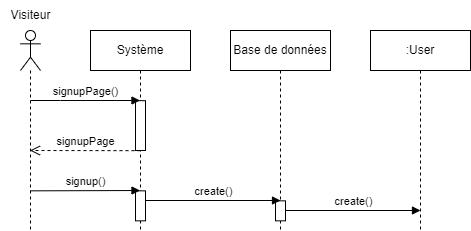
Simoncharbonnier/OCP5 keeps this draw.io diagram as diagrammes/séquences/3-Création d'un utilisateur.png. Above is the earlier version. Source tidied: cells renumbered, new cells last; positions are measured from the earlier drawing's top-left corner, leaving out a move shared by most shapes. Source of this version:
```xml
<mxGraphModel>
  <root>
    <mxCell id="0" />
    <mxCell id="1" parent="0" />
    <mxCell id="2" style="shape=umlLifeline;perimeter=lifelinePerimeter;whiteSpace=wrap;html=1;outlineConnect=0;portConstraint=eastwest;newEdgeStyle={&quot;edgeStyle&quot;:&quot;elbowEdgeStyle&quot;,&quot;elbow&quot;:&quot;vertical&quot;,&quot;curved&quot;:0,&quot;rounded&quot;:0};participant=umlActor;" parent="1" vertex="1">
      <mxGeometry x="20" y="30" width="20" height="200" as="geometry" />
    </mxCell>
    <mxCell id="3" value="Visiteur" style="text;html=1;align=center;verticalAlign=middle;strokeColor=none;fillColor=none;" parent="1" vertex="1">
      <mxGeometry width="60" height="30" as="geometry" />
    </mxCell>
    <mxCell id="4" value="Système" style="shape=umlLifeline;perimeter=lifelinePerimeter;whiteSpace=wrap;html=1;outlineConnect=0;portConstraint=eastwest;newEdgeStyle={&quot;edgeStyle&quot;:&quot;elbowEdgeStyle&quot;,&quot;elbow&quot;:&quot;vertical&quot;,&quot;curved&quot;:0,&quot;rounded&quot;:0};" parent="1" vertex="1">
      <mxGeometry x="90" y="30" width="100" height="200" as="geometry" />
    </mxCell>
    <mxCell id="5" style="html=1;points=[];perimeter=orthogonalPerimeter;outlineConnect=0;targetShapes=umlLifeline;portConstraint=eastwest;newEdgeStyle={&quot;edgeStyle&quot;:&quot;elbowEdgeStyle&quot;,&quot;elbow&quot;:&quot;vertical&quot;,&quot;curved&quot;:0,&quot;rounded&quot;:0};" parent="4" vertex="1">
      <mxGeometry x="45" y="160.3" width="10" height="30" as="geometry" />
    </mxCell>
    <mxCell id="6" style="html=1;perimeter=orthogonalPerimeter;targetShapes=umlLifeline;newEdgeStyle={&quot;edgeStyle&quot;:&quot;elbowEdgeStyle&quot;,&quot;elbow&quot;:&quot;vertical&quot;,&quot;curved&quot;:0,&quot;rounded&quot;:0};" parent="4" vertex="1">
      <mxGeometry x="45" y="70.2" width="10" height="49.8" as="geometry" />
    </mxCell>
    <mxCell id="7" value="Base de données" style="shape=umlLifeline;perimeter=lifelinePerimeter;whiteSpace=wrap;html=1;newEdgeStyle={&quot;edgeStyle&quot;:&quot;elbowEdgeStyle&quot;,&quot;elbow&quot;:&quot;vertical&quot;,&quot;curved&quot;:0,&quot;rounded&quot;:0};" parent="1" vertex="1">
      <mxGeometry x="230" y="30" width="100" height="200" as="geometry" />
    </mxCell>
    <mxCell id="8" style="html=1;points=[];perimeter=orthogonalPerimeter;outlineConnect=0;targetShapes=umlLifeline;portConstraint=eastwest;newEdgeStyle={&quot;edgeStyle&quot;:&quot;elbowEdgeStyle&quot;,&quot;elbow&quot;:&quot;vertical&quot;,&quot;curved&quot;:0,&quot;rounded&quot;:0};" parent="7" vertex="1">
      <mxGeometry x="45" y="170.3" width="10" height="20" as="geometry" />
    </mxCell>
    <mxCell id="9" value=":User" style="shape=umlLifeline;perimeter=lifelinePerimeter;whiteSpace=wrap;html=1;newEdgeStyle={&quot;edgeStyle&quot;:&quot;elbowEdgeStyle&quot;,&quot;elbow&quot;:&quot;vertical&quot;,&quot;curved&quot;:0,&quot;rounded&quot;:0};" parent="1" vertex="1">
      <mxGeometry x="370" y="30" width="100" height="200" as="geometry" />
    </mxCell>
    <mxCell id="10" value="signup()" style="html=1;verticalAlign=bottom;endArrow=block;edgeStyle=elbowEdgeStyle;elbow=vertical;curved=0;rounded=0;" parent="1" edge="1">
      <mxGeometry relative="1" as="geometry">
        <mxPoint x="30" y="190.3" as="sourcePoint" />
        <mxPoint x="139.5" y="190.2" as="targetPoint" />
      </mxGeometry>
    </mxCell>
    <mxCell id="11" value="create()" style="html=1;verticalAlign=bottom;endArrow=block;edgeStyle=elbowEdgeStyle;elbow=vertical;curved=0;rounded=0;" parent="1" edge="1" source="5">
      <mxGeometry relative="1" as="geometry">
        <mxPoint x="280" y="200.3" as="targetPoint" />
      </mxGeometry>
    </mxCell>
    <mxCell id="12" value="create()" style="html=1;verticalAlign=bottom;endArrow=block;edgeStyle=elbowEdgeStyle;elbow=vertical;curved=0;rounded=0;" parent="1" edge="1" source="8">
      <mxGeometry relative="1" as="geometry">
        <mxPoint x="420" y="210.3" as="targetPoint" />
      </mxGeometry>
    </mxCell>
    <mxCell id="13" value="signupPage()" style="html=1;verticalAlign=bottom;endArrow=block;edgeStyle=elbowEdgeStyle;elbow=vertical;curved=0;rounded=0;" parent="1" edge="1" target="4">
      <mxGeometry relative="1" as="geometry">
        <mxPoint x="30" y="100" as="sourcePoint" />
      </mxGeometry>
    </mxCell>
    <mxCell id="14" value="signupPage" style="html=1;verticalAlign=bottom;endArrow=open;dashed=1;endSize=8;edgeStyle=elbowEdgeStyle;elbow=vertical;curved=0;rounded=0;" parent="1" edge="1" target="2">
      <mxGeometry relative="1" as="geometry">
        <mxPoint x="140" y="150.2" as="sourcePoint" />
      </mxGeometry>
    </mxCell>
  </root>
</mxGraphModel>
```
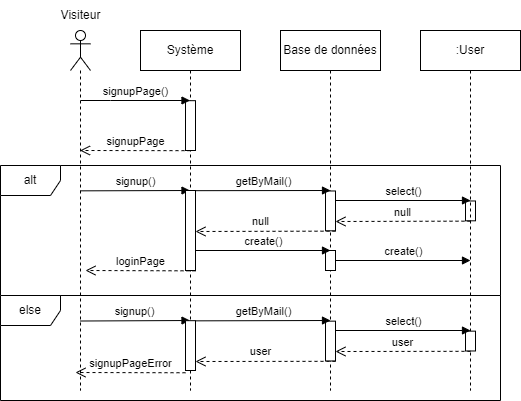
Above is the later version.

Change to the diagram source:
```diff
@@ -3,28 +3,50 @@
     <mxCell id="0" />
     <mxCell id="1" parent="0" />
     <mxCell id="2" style="shape=umlLifeline;perimeter=lifelinePerimeter;whiteSpace=wrap;html=1;outlineConnect=0;portConstraint=eastwest;newEdgeStyle={&quot;edgeStyle&quot;:&quot;elbowEdgeStyle&quot;,&quot;elbow&quot;:&quot;vertical&quot;,&quot;curved&quot;:0,&quot;rounded&quot;:0};participant=umlActor;" parent="1" vertex="1">
-      <mxGeometry x="20" y="30" width="20" height="200" as="geometry" />
+      <mxGeometry x="20" y="30" width="20" height="360" as="geometry" />
     </mxCell>
     <mxCell id="3" value="Visiteur" style="text;html=1;align=center;verticalAlign=middle;strokeColor=none;fillColor=none;" parent="1" vertex="1">
       <mxGeometry width="60" height="30" as="geometry" />
     </mxCell>
     <mxCell id="4" value="Système" style="shape=umlLifeline;perimeter=lifelinePerimeter;whiteSpace=wrap;html=1;outlineConnect=0;portConstraint=eastwest;newEdgeStyle={&quot;edgeStyle&quot;:&quot;elbowEdgeStyle&quot;,&quot;elbow&quot;:&quot;vertical&quot;,&quot;curved&quot;:0,&quot;rounded&quot;:0};" parent="1" vertex="1">
-      <mxGeometry x="90" y="30" width="100" height="200" as="geometry" />
+      <mxGeometry x="90" y="30" width="100" height="360" as="geometry" />
     </mxCell>
-    <mxCell id="5" style="html=1;points=[];perimeter=orthogonalPerimeter;outlineConnect=0;targetShapes=umlLifeline;portConstraint=eastwest;newEdgeStyle={&quot;edgeStyle&quot;:&quot;elbowEdgeStyle&quot;,&quot;elbow&quot;:&quot;vertical&quot;,&quot;curved&quot;:0,&quot;rounded&quot;:0};" parent="4" vertex="1">
-      <mxGeometry x="45" y="160.3" width="10" height="30" as="geometry" />
-    </mxCell>
     <mxCell id="6" style="html=1;perimeter=orthogonalPerimeter;targetShapes=umlLifeline;newEdgeStyle={&quot;edgeStyle&quot;:&quot;elbowEdgeStyle&quot;,&quot;elbow&quot;:&quot;vertical&quot;,&quot;curved&quot;:0,&quot;rounded&quot;:0};" parent="4" vertex="1">
       <mxGeometry x="45" y="70.2" width="10" height="49.8" as="geometry" />
     </mxCell>
     <mxCell id="7" value="Base de données" style="shape=umlLifeline;perimeter=lifelinePerimeter;whiteSpace=wrap;html=1;newEdgeStyle={&quot;edgeStyle&quot;:&quot;elbowEdgeStyle&quot;,&quot;elbow&quot;:&quot;vertical&quot;,&quot;curved&quot;:0,&quot;rounded&quot;:0};" parent="1" vertex="1">
-      <mxGeometry x="230" y="30" width="100" height="200" as="geometry" />
+      <mxGeometry x="230" y="30" width="100" height="360" as="geometry" />
     </mxCell>
-    <mxCell id="8" style="html=1;points=[];perimeter=orthogonalPerimeter;outlineConnect=0;targetShapes=umlLifeline;portConstraint=eastwest;newEdgeStyle={&quot;edgeStyle&quot;:&quot;elbowEdgeStyle&quot;,&quot;elbow&quot;:&quot;vertical&quot;,&quot;curved&quot;:0,&quot;rounded&quot;:0};" parent="7" vertex="1">
-      <mxGeometry x="45" y="170.3" width="10" height="20" as="geometry" />
-    </mxCell>
+    <mxCell id="15" style="html=1;points=[];perimeter=orthogonalPerimeter;outlineConnect=0;targetShapes=umlLifeline;portConstraint=eastwest;newEdgeStyle={&quot;edgeStyle&quot;:&quot;elbowEdgeStyle&quot;,&quot;elbow&quot;:&quot;vertical&quot;,&quot;curved&quot;:0,&quot;rounded&quot;:0};" parent="7" vertex="1">
+      <mxGeometry x="45" y="160.5" width="10" height="39.8" as="geometry" />
+    </mxCell>
+    <mxCell id="16" style="html=1;perimeter=orthogonalPerimeter;targetShapes=umlLifeline;newEdgeStyle={&quot;edgeStyle&quot;:&quot;elbowEdgeStyle&quot;,&quot;elbow&quot;:&quot;vertical&quot;,&quot;curved&quot;:0,&quot;rounded&quot;:0};" parent="7" vertex="1">
+      <mxGeometry x="185" y="170.5" width="10" height="19.8" as="geometry" />
+    </mxCell>
+    <mxCell id="17" value="getByMail()" style="html=1;verticalAlign=bottom;endArrow=block;edgeStyle=elbowEdgeStyle;elbow=vertical;curved=0;rounded=0;" parent="7" edge="1">
+      <mxGeometry relative="1" as="geometry">
+        <mxPoint x="-85" y="160.2" as="sourcePoint" />
+        <mxPoint x="50" y="160.3" as="targetPoint" />
+      </mxGeometry>
+    </mxCell>
+    <mxCell id="18" value="select()" style="html=1;verticalAlign=bottom;endArrow=block;edgeStyle=elbowEdgeStyle;elbow=vertical;curved=0;rounded=0;" parent="7" edge="1" source="15">
+      <mxGeometry relative="1" as="geometry">
+        <mxPoint x="190" y="170.3" as="targetPoint" />
+      </mxGeometry>
+    </mxCell>
+    <mxCell id="19" value="null" style="html=1;verticalAlign=bottom;endArrow=open;dashed=1;endSize=8;edgeStyle=elbowEdgeStyle;elbow=vertical;curved=0;rounded=0;" parent="7" edge="1" target="15">
+      <mxGeometry relative="1" as="geometry">
+        <mxPoint x="190" y="190.6" as="sourcePoint" />
+      </mxGeometry>
+    </mxCell>
+    <mxCell id="20" value="null" style="html=1;verticalAlign=bottom;endArrow=open;dashed=1;endSize=8;edgeStyle=elbowEdgeStyle;elbow=vertical;curved=0;rounded=0;" parent="7" edge="1">
+      <mxGeometry x="0.07" y="-1" relative="1" as="geometry">
+        <mxPoint x="55" y="200.6" as="sourcePoint" />
+        <mxPoint x="-85" y="201.2" as="targetPoint" />
+      </mxGeometry>
+    </mxCell>
     <mxCell id="9" value=":User" style="shape=umlLifeline;perimeter=lifelinePerimeter;whiteSpace=wrap;html=1;newEdgeStyle={&quot;edgeStyle&quot;:&quot;elbowEdgeStyle&quot;,&quot;elbow&quot;:&quot;vertical&quot;,&quot;curved&quot;:0,&quot;rounded&quot;:0};" parent="1" vertex="1">
-      <mxGeometry x="370" y="30" width="100" height="200" as="geometry" />
+      <mxGeometry x="370" y="30" width="100" height="360" as="geometry" />
     </mxCell>
     <mxCell id="10" value="signup()" style="html=1;verticalAlign=bottom;endArrow=block;edgeStyle=elbowEdgeStyle;elbow=vertical;curved=0;rounded=0;" parent="1" edge="1">
       <mxGeometry relative="1" as="geometry">
@@ -32,25 +54,86 @@
         <mxPoint x="139.5" y="190.2" as="targetPoint" />
       </mxGeometry>
     </mxCell>
+    <mxCell id="13" value="signupPage()" style="html=1;verticalAlign=bottom;endArrow=block;edgeStyle=elbowEdgeStyle;elbow=vertical;curved=0;rounded=0;" parent="1" edge="1" target="4">
+      <mxGeometry relative="1" as="geometry">
+        <mxPoint x="30" y="100" as="sourcePoint" />
+      </mxGeometry>
+    </mxCell>
+    <mxCell id="14" value="signupPage" style="html=1;verticalAlign=bottom;endArrow=open;dashed=1;endSize=8;edgeStyle=elbowEdgeStyle;elbow=vertical;curved=0;rounded=0;" parent="1" edge="1" target="2">
+      <mxGeometry relative="1" as="geometry">
+        <mxPoint x="140" y="150.2" as="sourcePoint" />
+      </mxGeometry>
+    </mxCell>
+    <mxCell id="21" value="alt" style="shape=umlFrame;whiteSpace=wrap;html=1;" parent="1" vertex="1">
+      <mxGeometry x="-50" y="165" width="500" height="130" as="geometry" />
+    </mxCell>
+    <mxCell id="22" value="else" style="shape=umlFrame;whiteSpace=wrap;html=1;" parent="1" vertex="1">
+      <mxGeometry x="-50" y="295" width="500" height="105" as="geometry" />
+    </mxCell>
+    <mxCell id="5" style="html=1;points=[];perimeter=orthogonalPerimeter;outlineConnect=0;targetShapes=umlLifeline;portConstraint=eastwest;newEdgeStyle={&quot;edgeStyle&quot;:&quot;elbowEdgeStyle&quot;,&quot;elbow&quot;:&quot;vertical&quot;,&quot;curved&quot;:0,&quot;rounded&quot;:0};" parent="1" vertex="1">
+      <mxGeometry x="135" y="190" width="10" height="80" as="geometry" />
+    </mxCell>
+    <mxCell id="8" style="html=1;points=[];perimeter=orthogonalPerimeter;outlineConnect=0;targetShapes=umlLifeline;portConstraint=eastwest;newEdgeStyle={&quot;edgeStyle&quot;:&quot;elbowEdgeStyle&quot;,&quot;elbow&quot;:&quot;vertical&quot;,&quot;curved&quot;:0,&quot;rounded&quot;:0};" parent="1" vertex="1">
+      <mxGeometry x="275" y="250" width="10" height="20" as="geometry" />
+    </mxCell>
     <mxCell id="11" value="create()" style="html=1;verticalAlign=bottom;endArrow=block;edgeStyle=elbowEdgeStyle;elbow=vertical;curved=0;rounded=0;" parent="1" edge="1" source="5">
       <mxGeometry relative="1" as="geometry">
-        <mxPoint x="280" y="200.3" as="targetPoint" />
+        <mxPoint x="280" y="250" as="targetPoint" />
       </mxGeometry>
     </mxCell>
     <mxCell id="12" value="create()" style="html=1;verticalAlign=bottom;endArrow=block;edgeStyle=elbowEdgeStyle;elbow=vertical;curved=0;rounded=0;" parent="1" edge="1" source="8">
       <mxGeometry relative="1" as="geometry">
-        <mxPoint x="420" y="210.3" as="targetPoint" />
+        <mxPoint x="420" y="260" as="targetPoint" />
       </mxGeometry>
     </mxCell>
-    <mxCell id="13" value="signupPage()" style="html=1;verticalAlign=bottom;endArrow=block;edgeStyle=elbowEdgeStyle;elbow=vertical;curved=0;rounded=0;" parent="1" edge="1" target="4">
-      <mxGeometry relative="1" as="geometry">
-        <mxPoint x="30" y="100" as="sourcePoint" />
-      </mxGeometry>
-    </mxCell>
-    <mxCell id="14" value="signupPage" style="html=1;verticalAlign=bottom;endArrow=open;dashed=1;endSize=8;edgeStyle=elbowEdgeStyle;elbow=vertical;curved=0;rounded=0;" parent="1" edge="1" target="2">
-      <mxGeometry relative="1" as="geometry">
-        <mxPoint x="140" y="150.2" as="sourcePoint" />
-      </mxGeometry>
-    </mxCell>
+    <mxCell id="23" value="loginPage" style="html=1;verticalAlign=bottom;endArrow=open;dashed=1;endSize=8;edgeStyle=elbowEdgeStyle;elbow=vertical;curved=0;rounded=0;" parent="1" edge="1">
+      <mxGeometry relative="1" as="geometry">
+        <mxPoint x="145" y="270.3" as="sourcePoint" />
+        <mxPoint x="35" y="270.2" as="targetPoint" />
+      </mxGeometry>
+    </mxCell>
+    <mxCell id="24" style="html=1;points=[];perimeter=orthogonalPerimeter;outlineConnect=0;targetShapes=umlLifeline;portConstraint=eastwest;newEdgeStyle={&quot;edgeStyle&quot;:&quot;elbowEdgeStyle&quot;,&quot;elbow&quot;:&quot;vertical&quot;,&quot;curved&quot;:0,&quot;rounded&quot;:0};" parent="1" vertex="1">
+      <mxGeometry x="275" y="320.6" width="10" height="39.8" as="geometry" />
+    </mxCell>
+    <mxCell id="25" style="html=1;perimeter=orthogonalPerimeter;targetShapes=umlLifeline;newEdgeStyle={&quot;edgeStyle&quot;:&quot;elbowEdgeStyle&quot;,&quot;elbow&quot;:&quot;vertical&quot;,&quot;curved&quot;:0,&quot;rounded&quot;:0};" parent="1" vertex="1">
+      <mxGeometry x="415" y="330.7" width="10" height="19.8" as="geometry" />
+    </mxCell>
+    <mxCell id="26" value="getByMail()" style="html=1;verticalAlign=bottom;endArrow=block;edgeStyle=elbowEdgeStyle;elbow=vertical;curved=0;rounded=0;" parent="1" edge="1">
+      <mxGeometry relative="1" as="geometry">
+        <mxPoint x="145" y="320.3" as="sourcePoint" />
+        <mxPoint x="280" y="320.5" as="targetPoint" />
+      </mxGeometry>
+    </mxCell>
+    <mxCell id="27" value="select()" style="html=1;verticalAlign=bottom;endArrow=block;edgeStyle=elbowEdgeStyle;elbow=vertical;curved=0;rounded=0;" parent="1" edge="1" source="24">
+      <mxGeometry relative="1" as="geometry">
+        <mxPoint x="420" y="330.5" as="targetPoint" />
+      </mxGeometry>
+    </mxCell>
+    <mxCell id="28" value="user" style="html=1;verticalAlign=bottom;endArrow=open;dashed=1;endSize=8;edgeStyle=elbowEdgeStyle;elbow=vertical;curved=0;rounded=0;" parent="1" edge="1" target="24">
+      <mxGeometry relative="1" as="geometry">
+        <mxPoint x="420" y="350.8" as="sourcePoint" />
+      </mxGeometry>
+    </mxCell>
+    <mxCell id="29" value="user" style="html=1;verticalAlign=bottom;endArrow=open;dashed=1;endSize=8;edgeStyle=elbowEdgeStyle;elbow=vertical;curved=0;rounded=0;" parent="1" edge="1">
+      <mxGeometry x="0.07" y="-1" relative="1" as="geometry">
+        <mxPoint x="285" y="360.8" as="sourcePoint" />
+        <mxPoint x="145" y="361.3" as="targetPoint" />
+      </mxGeometry>
+    </mxCell>
+    <mxCell id="30" value="signup()" style="html=1;verticalAlign=bottom;endArrow=block;edgeStyle=elbowEdgeStyle;elbow=vertical;curved=0;rounded=0;" parent="1" edge="1">
+      <mxGeometry relative="1" as="geometry">
+        <mxPoint x="30" y="320.5" as="sourcePoint" />
+        <mxPoint x="139.5" y="320.3" as="targetPoint" />
+      </mxGeometry>
+    </mxCell>
+    <mxCell id="31" style="html=1;perimeter=orthogonalPerimeter;targetShapes=umlLifeline;newEdgeStyle={&quot;edgeStyle&quot;:&quot;elbowEdgeStyle&quot;,&quot;elbow&quot;:&quot;vertical&quot;,&quot;curved&quot;:0,&quot;rounded&quot;:0};" parent="1" vertex="1">
+      <mxGeometry x="135" y="320.2" width="10" height="49.8" as="geometry" />
+    </mxCell>
+    <mxCell id="32" value="signupPageError" style="html=1;verticalAlign=bottom;endArrow=open;dashed=1;endSize=8;edgeStyle=elbowEdgeStyle;elbow=vertical;curved=0;rounded=0;" parent="1" edge="1">
+      <mxGeometry relative="1" as="geometry">
+        <mxPoint x="135" y="372.3" as="sourcePoint" />
+        <mxPoint x="25" y="372.1" as="targetPoint" />
+      </mxGeometry>
+    </mxCell>
   </root>
 </mxGraphModel>
```
